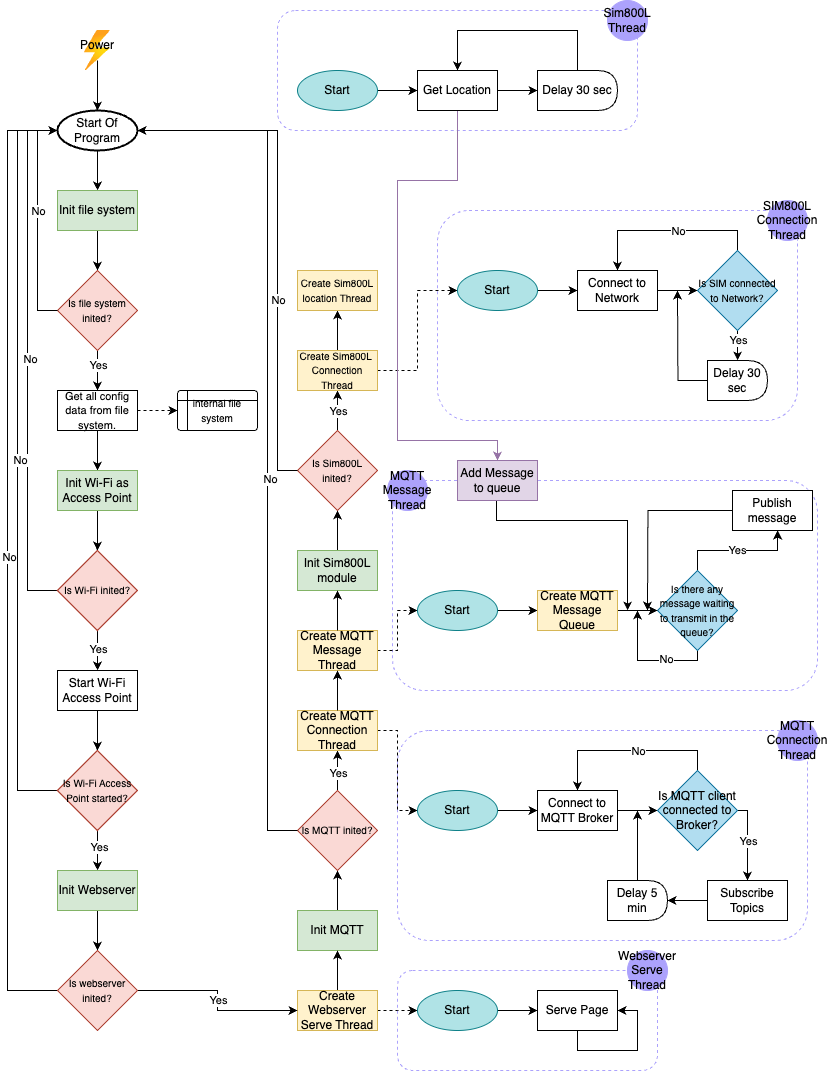
Above: embedded_app/docs/car_trackin_embedded.png in Mona-Roza/car_tracking (draw.io), before the change. Source tidied: cells renumbered, new cells last; positions are measured from the earlier drawing's top-left corner, leaving out a move shared by most shapes.
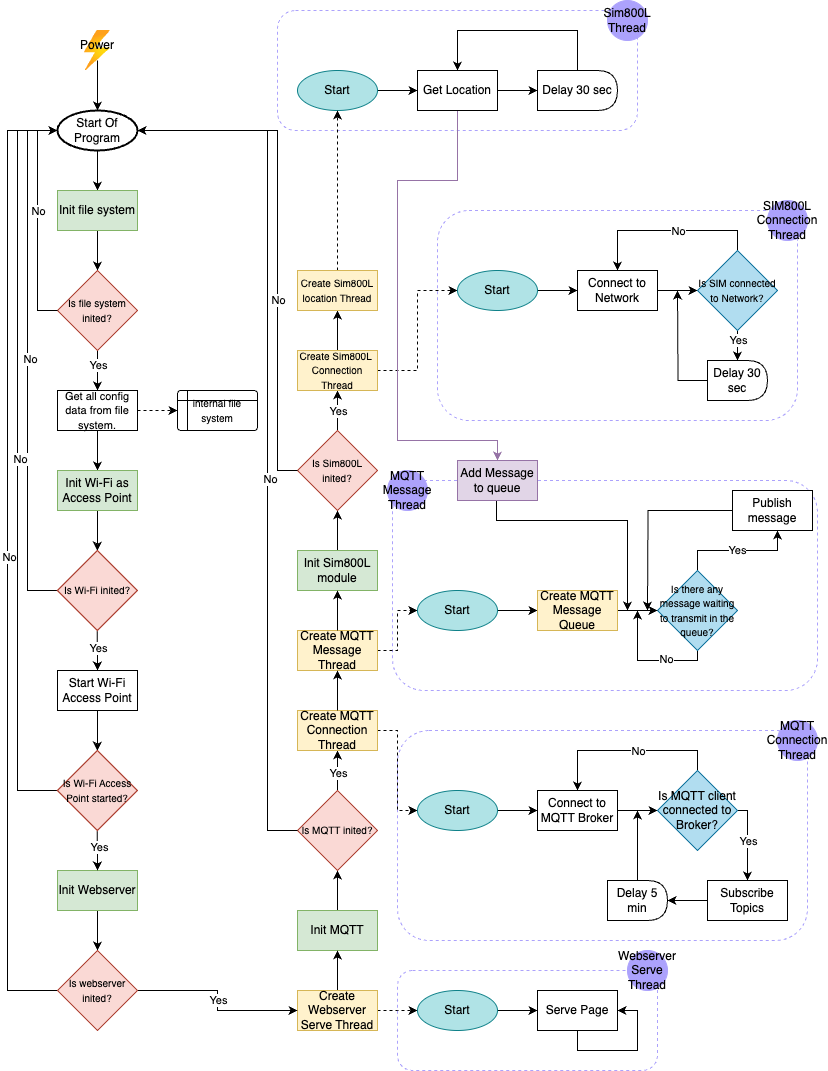
Above is the later version.

Commit message:
fixed an arrow on flowchart

Change to the diagram source:
```diff
@@ -343,6 +343,9 @@
     <mxCell id="90" value="Delay 30 sec" style="shape=delay;whiteSpace=wrap;html=1;" parent="1" vertex="1">
       <mxGeometry x="530" y="70" width="80" height="40" as="geometry" />
     </mxCell>
+    <mxCell id="123" style="edgeStyle=orthogonalEdgeStyle;rounded=0;jettySize=auto;html=1;exitX=0.5;exitY=0;exitDx=0;exitDy=0;entryX=0.5;entryY=1;entryDx=0;entryDy=0;dashed=1;" parent="1" edge="1" source="91" target="75">
+      <mxGeometry relative="1" as="geometry" />
+    </mxCell>
     <mxCell id="91" value="&lt;font style=&quot;font-size: 10px;&quot;&gt;Create Sim800L location Thread&lt;/font&gt;" style="rounded=0;whiteSpace=wrap;html=1;fillColor=#fff2cc;strokeColor=#d6b656;" parent="1" vertex="1">
       <mxGeometry x="290" y="270" width="80" height="40" as="geometry" />
     </mxCell>
```
